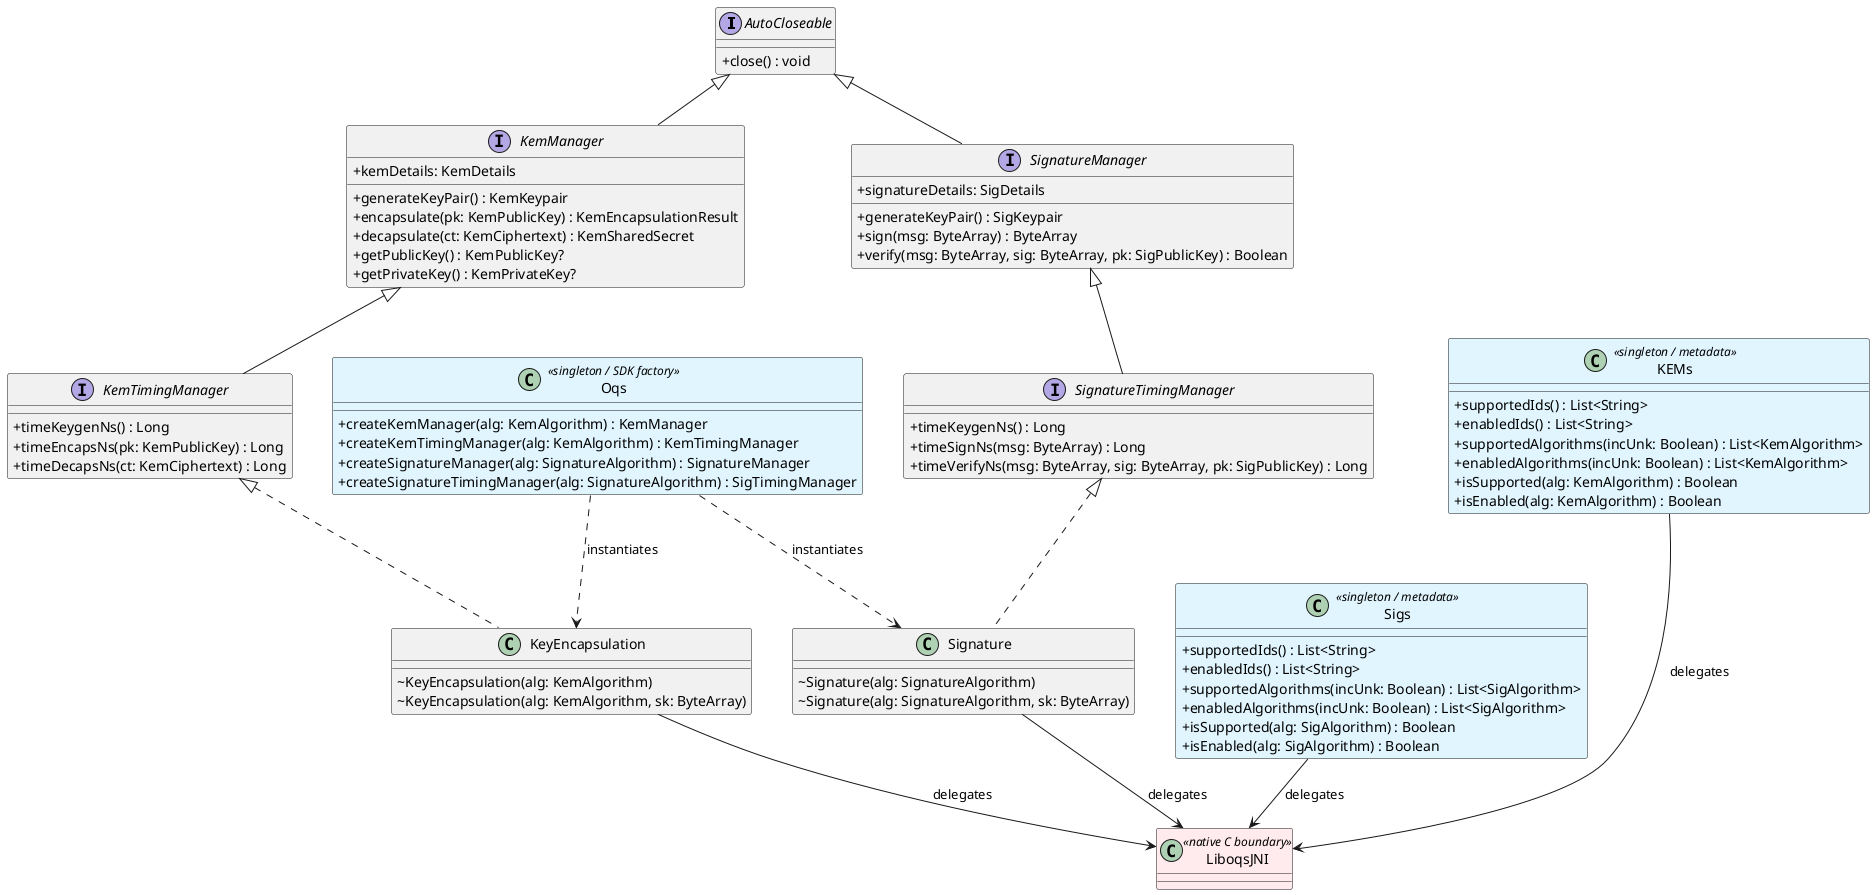
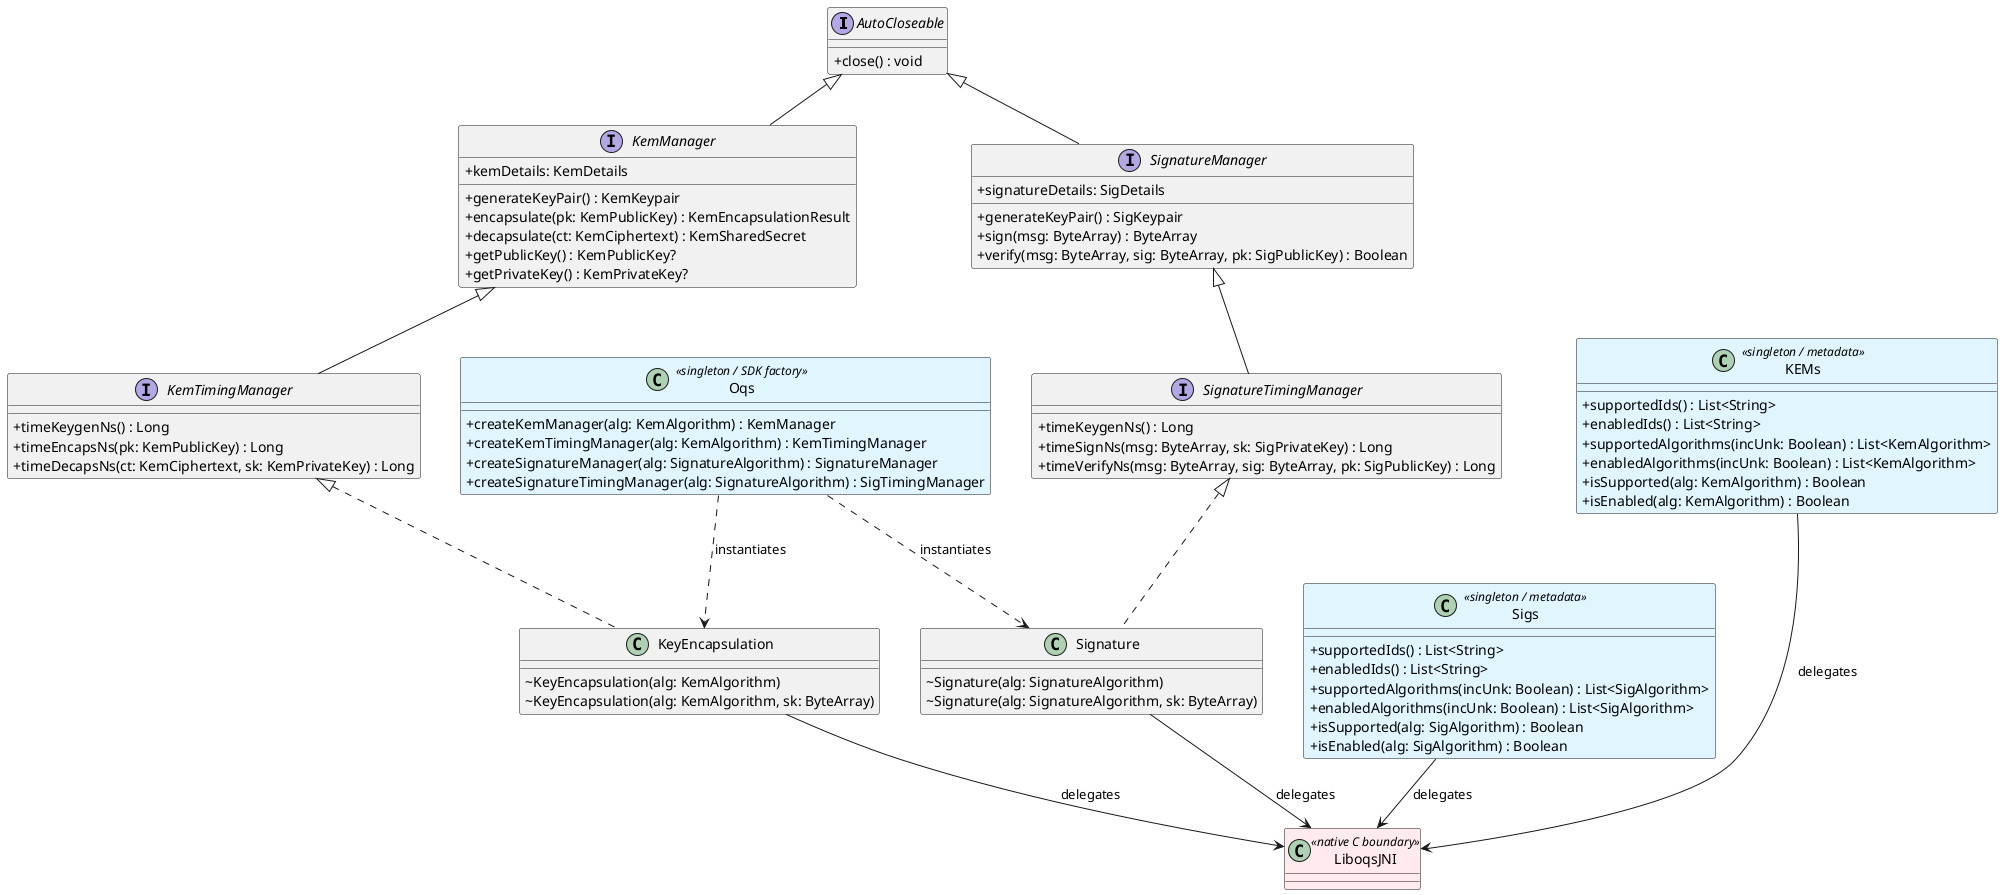
@startuml class-diagram
top to bottom direction
skinparam classAttributeIconSize 0
skinparam nodesep 40
skinparam ranksep 50

interface AutoCloseable {
  +close() : void
}

interface KemManager {
  +kemDetails: KemDetails
  +generateKeyPair() : KemKeypair
  +encapsulate(pk: KemPublicKey) : KemEncapsulationResult
  +decapsulate(ct: KemCiphertext) : KemSharedSecret
  +getPublicKey() : KemPublicKey?
  +getPrivateKey() : KemPrivateKey?
}

interface KemTimingManager {
  +timeKeygenNs() : Long
  +timeEncapsNs(pk: KemPublicKey) : Long
-   +timeDecapsNs(ct: KemCiphertext) : Long
+   +timeDecapsNs(ct: KemCiphertext, sk: KemPrivateKey) : Long
}

interface SignatureManager {
  +signatureDetails: SigDetails
  +generateKeyPair() : SigKeypair
  +sign(msg: ByteArray) : ByteArray
  +verify(msg: ByteArray, sig: ByteArray, pk: SigPublicKey) : Boolean
}

interface SignatureTimingManager {
  +timeKeygenNs() : Long
-   +timeSignNs(msg: ByteArray) : Long
+   +timeSignNs(msg: ByteArray, sk: SigPrivateKey) : Long
  +timeVerifyNs(msg: ByteArray, sig: ByteArray, pk: SigPublicKey) : Long
}

AutoCloseable <|-down- KemManager
AutoCloseable <|-down- SignatureManager
KemManager <|-down- KemTimingManager
SignatureManager <|-down- SignatureTimingManager

class Oqs <<singleton / SDK factory>> #E1F5FE {
  +createKemManager(alg: KemAlgorithm) : KemManager
  +createKemTimingManager(alg: KemAlgorithm) : KemTimingManager
  +createSignatureManager(alg: SignatureAlgorithm) : SignatureManager
  +createSignatureTimingManager(alg: SignatureAlgorithm) : SigTimingManager
}

class KEMs <<singleton / metadata>> #E1F5FE {
  +supportedIds() : List<String>
  +enabledIds() : List<String>
  +supportedAlgorithms(incUnk: Boolean) : List<KemAlgorithm>
  +enabledAlgorithms(incUnk: Boolean) : List<KemAlgorithm>
  +isSupported(alg: KemAlgorithm) : Boolean
  +isEnabled(alg: KemAlgorithm) : Boolean
}

class Sigs <<singleton / metadata>> #E1F5FE {
  +supportedIds() : List<String>
  +enabledIds() : List<String>
  +supportedAlgorithms(incUnk: Boolean) : List<SigAlgorithm>
  +enabledAlgorithms(incUnk: Boolean) : List<SigAlgorithm>
  +isSupported(alg: SigAlgorithm) : Boolean
  +isEnabled(alg: SigAlgorithm) : Boolean
}

KEMs -[hidden]down-> Sigs

class KeyEncapsulation {
  ~KeyEncapsulation(alg: KemAlgorithm)
  ~KeyEncapsulation(alg: KemAlgorithm, sk: ByteArray)
}

class Signature {
  ~Signature(alg: SignatureAlgorithm)
  ~Signature(alg: SignatureAlgorithm, sk: ByteArray)
}

class LiboqsJNI <<native C boundary>> #FFEBEE

KemTimingManager <|.. KeyEncapsulation
SignatureTimingManager <|.. Signature
Oqs ..> KeyEncapsulation : instantiates
Oqs ..> Signature : instantiates
KeyEncapsulation --> LiboqsJNI : delegates
Signature --> LiboqsJNI : delegates
KEMs --> LiboqsJNI : delegates
Sigs --> LiboqsJNI : delegates
- @enduml
- 
+ @enduml